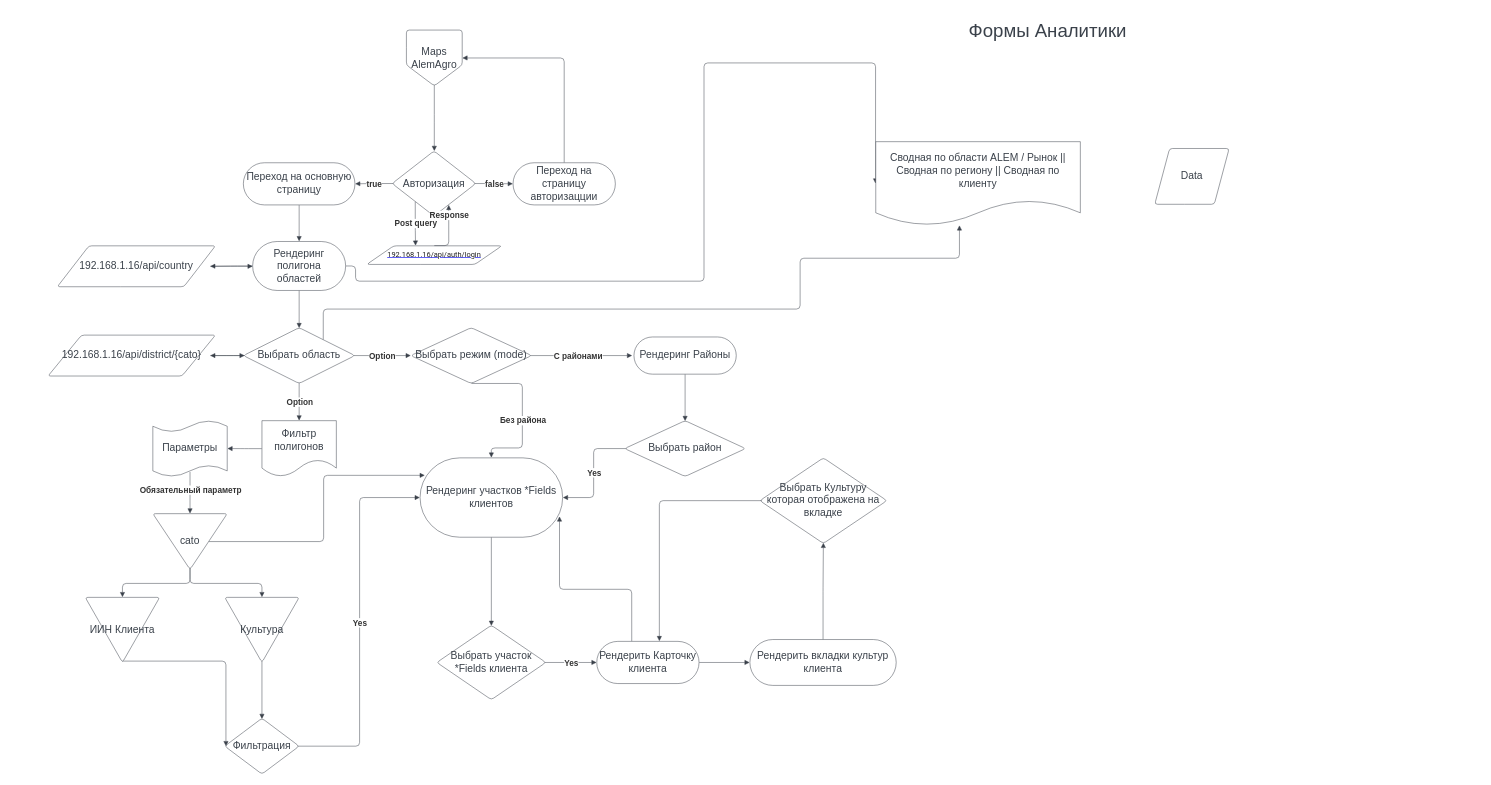
The draw.io diagram Диаграмма без названия.drawio in dare471/BLog-Diagrams-AAMAPS-, before the edit. Source tidied: cells renumbered, new cells numbered last; positions are measured from the earlier drawing's top-left corner, leaving out a move shared by most shapes. Both pictures are drawn from the tidied source at 62%, with x=0, y=0 at pixel (48, 11).
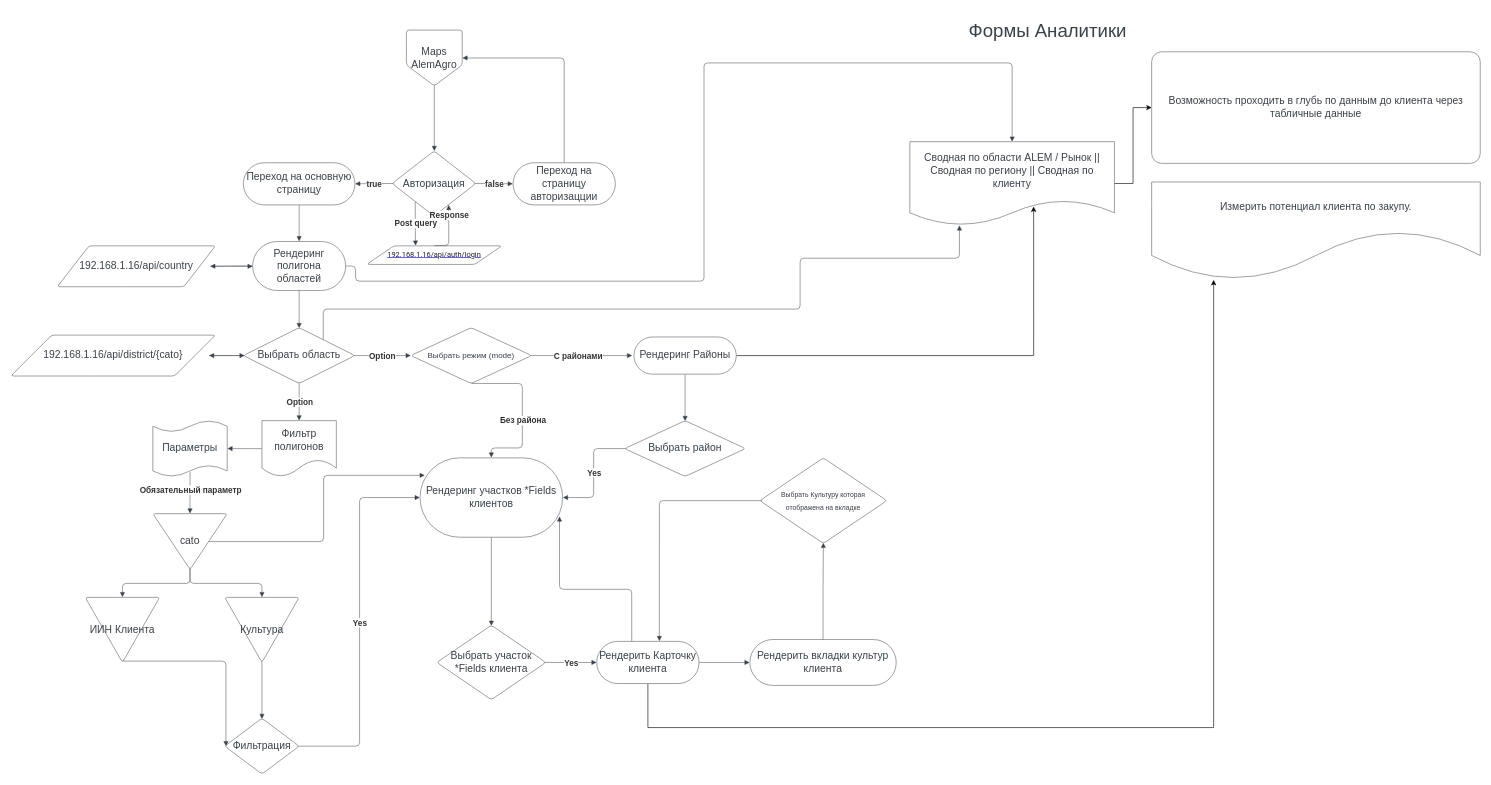
The same diagram, later.

The change refers to these unchanged cells:
```xml
<mxCell id="14" value="Рендеринг полигона областей" style="html=1;overflow=block;blockSpacing=1;whiteSpace=wrap;rounded=1;arcSize=50;fontSize=16.7;fontColor=#3a414a;spacing=3.8;strokeColor=#3a414a;strokeOpacity=100;strokeWidth=0.8;" parent="1" vertex="1">
  <mxGeometry x="330" y="371" width="150" height="79" as="geometry" />
</mxCell>
<mxCell id="26" value="Рендеринг Районы" style="html=1;overflow=block;blockSpacing=1;whiteSpace=wrap;rounded=1;arcSize=50;fontSize=16.7;fontColor=#3a414a;spacing=3.8;strokeColor=#3a414a;strokeOpacity=100;strokeWidth=0.8;" parent="1" vertex="1">
  <mxGeometry x="945" y="525" width="165" height="60" as="geometry" />
</mxCell>
<mxCell id="55" value="Рендерить Карточку клиента" style="html=1;overflow=block;blockSpacing=1;whiteSpace=wrap;rounded=1;arcSize=50;fontSize=16.7;fontColor=#3a414a;spacing=3.8;strokeColor=#3a414a;strokeOpacity=100;strokeWidth=0.8;" parent="1" vertex="1">
  <mxGeometry x="885" y="1016" width="165" height="68" as="geometry" />
</mxCell>
```

Diff of the diagram source:
```diff
@@
     <mxCell id="20" value="192.168.1.16/api/district/{cato}" style="html=1;overflow=block;blockSpacing=1;whiteSpace=wrap;shape=parallelogram;perimeter=parallelogramPerimeter;anchorPointDirection=0;fontSize=16.7;fontColor=#3a414a;spacing=3.8;strokeColor=#3a414a;strokeOpacity=100;rounded=1;absoluteArcSize=1;arcSize=9;strokeWidth=0.8;" parent="1" vertex="1">
-      <mxGeometry y="522" width="270" height="66" as="geometry" />
+      <mxGeometry x="-60" y="522" width="330" height="66" as="geometry" />
     </mxCell>
@@
+    <mxCell id="74" style="edgeStyle=orthogonalEdgeStyle;rounded=0;jettySize=auto;html=1;exitX=1;exitY=0.5;exitDx=0;exitDy=0;entryX=0.605;entryY=0.775;entryDx=0;entryDy=0;entryPerimeter=0;fontSize=13;" parent="1" edge="1" source="26" target="61">
+      <mxGeometry relative="1" as="geometry" />
+    </mxCell>
@@
-    <mxCell id="29" value="Выбрать режим (mode)" style="html=1;overflow=block;blockSpacing=1;whiteSpace=wrap;rhombus;fontSize=16.7;fontColor=#3a414a;spacing=3.8;strokeColor=#3a414a;strokeOpacity=100;rounded=1;absoluteArcSize=1;arcSize=9;strokeWidth=0.8;" parent="1" vertex="1">
+    <mxCell id="29" value="&lt;font style=&quot;font-size: 13px;&quot;&gt;Выбрать режим (mode)&lt;/font&gt;" style="html=1;overflow=block;blockSpacing=1;whiteSpace=wrap;rhombus;fontSize=16.7;fontColor=#3a414a;spacing=3.8;strokeColor=#3a414a;strokeOpacity=100;rounded=1;absoluteArcSize=1;arcSize=9;strokeWidth=0.8;" parent="1" vertex="1">
       <mxGeometry x="585" y="510" width="195" height="90" as="geometry" />
     </mxCell>
@@
+    <mxCell id="75" style="edgeStyle=orthogonalEdgeStyle;rounded=0;jettySize=auto;html=1;fontSize=11;" parent="1" edge="1" source="55" target="78">
+      <mxGeometry relative="1" as="geometry">
+        <Array as="points">
+          <mxPoint x="968" y="1155" />
+          <mxPoint x="1880" y="1155" />
+        </Array>
+      </mxGeometry>
+    </mxCell>
@@
-    <mxCell id="60" style="html=1;jettySize=18;whiteSpace=wrap;fontSize=13;strokeColor=#3a414a;strokeOpacity=100;strokeWidth=0.8;rounded=1;arcSize=12;edgeStyle=orthogonalEdgeStyle;startArrow=none;endArrow=block;endFill=1;exitX=1.003;exitY=0.5;exitPerimeter=0;entryX=-0.001;entryY=0.5;entryPerimeter=0;" parent="1" edge="1" source="14" target="61">
+    <mxCell id="60" style="html=1;jettySize=18;whiteSpace=wrap;fontSize=13;strokeColor=#3a414a;strokeOpacity=100;strokeWidth=0.8;rounded=1;arcSize=12;edgeStyle=orthogonalEdgeStyle;startArrow=none;endArrow=block;endFill=1;exitX=1.003;exitY=0.5;exitPerimeter=0;entryX=0.5;entryY=0;entryDx=0;entryDy=0;" parent="1" edge="1" source="14" target="61">
       <mxGeometry relative="1" as="geometry">
         <Array as="points">
           <mxPoint x="496" y="411" />
           <mxPoint x="496" y="435" />
           <mxPoint x="1058" y="435" />
           <mxPoint x="1058" y="83" />
+          <mxPoint x="1555" y="83" />
         </Array>
       </mxGeometry>
     </mxCell>
+    <mxCell id="76" style="edgeStyle=orthogonalEdgeStyle;rounded=0;jettySize=auto;html=1;fontSize=13;" parent="1" edge="1" source="61" target="77">
+      <mxGeometry relative="1" as="geometry" />
+    </mxCell>
     <mxCell id="61" value="Сводная по области ALEM / Рынок || Сводная по региону || Сводная по клиенту " style="html=1;overflow=block;blockSpacing=1;whiteSpace=wrap;shape=document;boundedLbl=1;fontSize=16.7;fontColor=#3a414a;spacing=3.8;strokeColor=#3a414a;strokeOpacity=100;rounded=1;absoluteArcSize=1;arcSize=9;strokeWidth=0.8;" parent="1" vertex="1">
-      <mxGeometry x="1335" y="210" width="330" height="135" as="geometry" />
+      <mxGeometry x="1390" y="210" width="330" height="135" as="geometry" />
     </mxCell>
@@
-    <mxCell id="69" value="Выбрать Культуру которая отображена на вкладке" style="html=1;overflow=block;blockSpacing=1;whiteSpace=wrap;rhombus;fontSize=16.7;fontColor=#3a414a;spacing=3.8;strokeColor=#3a414a;strokeOpacity=100;rounded=1;absoluteArcSize=1;arcSize=9;strokeWidth=0.8;" parent="1" vertex="1">
+    <mxCell id="69" value="&lt;font style=&quot;font-size: 11px;&quot;&gt;Выбрать Культуру которая отображена на вкладке&lt;/font&gt;" style="html=1;overflow=block;blockSpacing=1;whiteSpace=wrap;rhombus;fontSize=16.7;fontColor=#3a414a;spacing=3.8;strokeColor=#3a414a;strokeOpacity=100;rounded=1;absoluteArcSize=1;arcSize=9;strokeWidth=0.8;" parent="1" vertex="1">
       <mxGeometry x="1148" y="720" width="205" height="138" as="geometry" />
     </mxCell>
@@
-    <mxCell id="73" value="Data" style="html=1;overflow=block;blockSpacing=1;whiteSpace=wrap;shape=parallelogram;perimeter=parallelogramPerimeter;anchorPointDirection=0;fontSize=16.7;fontColor=#3a414a;spacing=3.8;strokeColor=#3a414a;strokeOpacity=100;rounded=1;absoluteArcSize=1;arcSize=9;strokeWidth=0.8;" parent="1" vertex="1">
-      <mxGeometry x="1785" y="221" width="120" height="90" as="geometry" />
-    </mxCell>
+    <mxCell id="77" value="Возможность проходить в глубь по данным до клиента через табличные данные" style="whiteSpace=wrap;html=1;fontSize=16.7;strokeColor=#3a414a;fontColor=#3a414a;spacing=3.8;rounded=1;arcSize=9;strokeWidth=0.8;" parent="1" vertex="1">
+      <mxGeometry x="1780" y="65" width="530" height="180" as="geometry" />
+    </mxCell>
+    <mxCell id="78" value="Измерить потенциал клиента по закупу." style="shape=document;whiteSpace=wrap;html=1;boundedLbl=1;fontSize=16.7;strokeColor=#3a414a;fontColor=#3a414a;rounded=1;arcSize=50;spacing=3.8;strokeWidth=0.8;size=0.5;" parent="1" vertex="1">
+      <mxGeometry x="1780" y="275" width="530" height="158" as="geometry" />
+    </mxCell>
```
